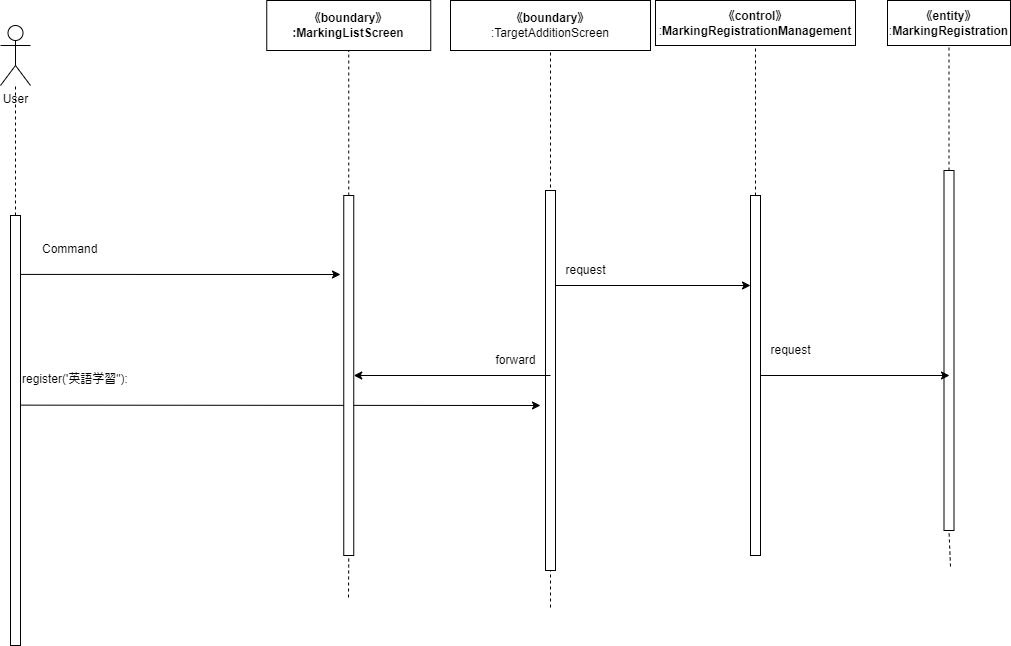
Above: Design/Sequence-7.drawio.png in Hu-Hanxu/First-App-Self-Management- (draw.io), before the change. Source tidied: cells renumbered, new cells last; positions are measured from the earlier drawing's top-left corner, leaving out a move shared by most shapes.
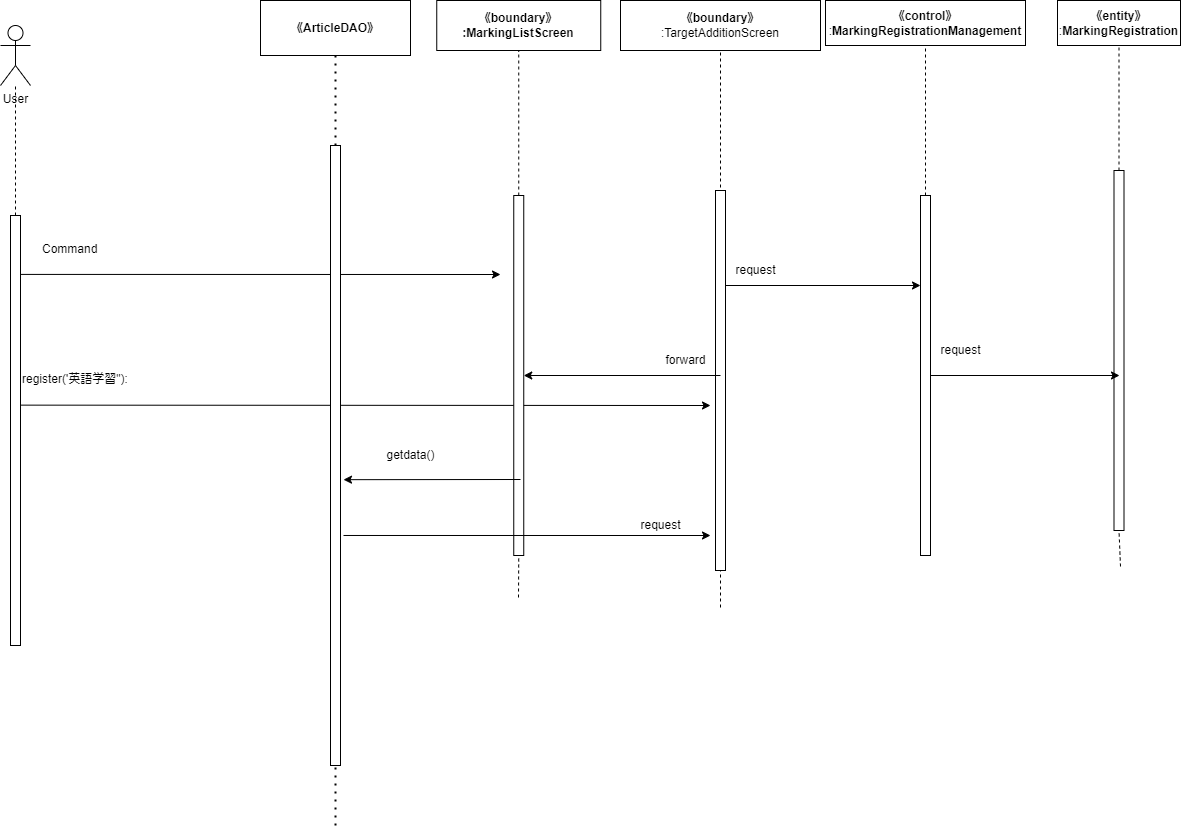
Above is the later version.

Diff of the diagram source:
```diff
@@ -3,11 +3,11 @@
     <mxCell id="0" />
     <mxCell id="1" parent="0" />
     <mxCell id="2" value="User" style="shape=umlActor;verticalLabelPosition=bottom;verticalAlign=top;html=1;outlineConnect=0;" parent="1" vertex="1">
-      <mxGeometry y="25" width="30" height="60" as="geometry" />
+      <mxGeometry x="-170" y="25" width="30" height="60" as="geometry" />
     </mxCell>
     <mxCell id="3" style="endArrow=none;dashed=1;html=1;exitX=0.5;exitY=0;exitDx=0;exitDy=0;" parent="1" edge="1" target="2">
       <mxGeometry relative="1" as="geometry">
-        <mxPoint x="15" y="215" as="sourcePoint" />
+        <mxPoint x="-155" y="215" as="sourcePoint" />
       </mxGeometry>
     </mxCell>
     <mxCell id="4" value="&lt;span style=&quot;font-weight: 700;&quot;&gt;《boundary》&lt;/span&gt;&lt;br style=&quot;font-weight: 700;&quot;&gt;&lt;span style=&quot;font-weight: 700;&quot;&gt;:MarkingList&lt;/span&gt;&lt;b&gt;Screen&lt;/b&gt;" style="rounded=0;whiteSpace=wrap;html=1;" parent="1" vertex="1">
@@ -25,7 +25,7 @@
       </mxGeometry>
     </mxCell>
     <mxCell id="8" style="rounded=0;whiteSpace=wrap;html=1;" parent="1" vertex="1">
-      <mxGeometry x="10" y="215" width="10" height="430" as="geometry" />
+      <mxGeometry x="-160" y="215" width="10" height="430" as="geometry" />
     </mxCell>
     <mxCell id="9" style="endArrow=none;dashed=1;html=1;entryX=0.5;entryY=1;entryDx=0;entryDy=0;startArrow=none;" parent="1" edge="1" source="11" target="4">
       <mxGeometry relative="1" as="geometry" />
@@ -67,14 +67,14 @@
       <mxGeometry x="943.5" y="170" width="10" height="360" as="geometry" />
     </mxCell>
     <mxCell id="20" value="register('英語学習&quot;):" style="text;whiteSpace=wrap;html=1;" parent="1" vertex="1">
-      <mxGeometry x="20" y="365" width="280" height="40" as="geometry" />
+      <mxGeometry x="-150" y="365" width="280" height="40" as="geometry" />
     </mxCell>
     <mxCell id="21" value="Command" style="text;whiteSpace=wrap;html=1;" parent="1" vertex="1">
-      <mxGeometry x="40" y="235" width="90" height="40" as="geometry" />
+      <mxGeometry x="-130" y="235" width="90" height="40" as="geometry" />
     </mxCell>
     <mxCell id="22" style="endArrow=classic;html=1;exitX=1.055;exitY=0.137;exitDx=0;exitDy=0;exitPerimeter=0;" parent="1" edge="1" source="8">
       <mxGeometry relative="1" as="geometry">
-        <mxPoint x="340" y="274" as="targetPoint" />
+        <mxPoint x="330" y="274" as="targetPoint" />
       </mxGeometry>
     </mxCell>
     <mxCell id="23" style="endArrow=classic;html=1;exitX=1;exitY=0.25;exitDx=0;exitDy=0;entryX=0;entryY=0.25;entryDx=0;entryDy=0;" parent="1" edge="1" source="13" target="15">
@@ -99,5 +99,35 @@
     <mxCell id="28" value="request" style="text;html=1;align=center;verticalAlign=middle;strokeColor=none;fillColor=none;" parent="1" vertex="1">
       <mxGeometry x="760" y="335" width="60" height="30" as="geometry" />
     </mxCell>
+    <mxCell id="29" value="&lt;span style=&quot;font-weight: 700;&quot;&gt;《&lt;/span&gt;&lt;span style=&quot;font-weight: 700;&quot;&gt;ArticleDAO&lt;/span&gt;&lt;span style=&quot;font-weight: 700;&quot;&gt;》&lt;/span&gt;" style="rounded=0;whiteSpace=wrap;html=1;" parent="1" vertex="1">
+      <mxGeometry x="90" width="150" height="55" as="geometry" />
+    </mxCell>
+    <mxCell id="30" style="endArrow=none;dashed=1;html=1;dashPattern=1 3;strokeWidth=2;entryX=0.5;entryY=1;entryDx=0;entryDy=0;startArrow=none;" parent="1" edge="1" source="32" target="29">
+      <mxGeometry relative="1" as="geometry" />
+    </mxCell>
+    <mxCell id="31" style="endArrow=none;dashed=1;html=1;dashPattern=1 3;strokeWidth=2;entryX=0.5;entryY=1;entryDx=0;entryDy=0;" parent="1" edge="1" target="32">
+      <mxGeometry relative="1" as="geometry">
+        <mxPoint x="165" y="825" as="sourcePoint" />
+      </mxGeometry>
+    </mxCell>
+    <mxCell id="32" style="rounded=0;whiteSpace=wrap;html=1;" parent="1" vertex="1">
+      <mxGeometry x="160" y="145" width="10" height="620" as="geometry" />
+    </mxCell>
+    <mxCell id="33" value="getdata()" style="text;html=1;align=center;verticalAlign=middle;strokeColor=none;fillColor=none;" parent="1" vertex="1">
+      <mxGeometry x="205" y="440" width="70" height="30" as="geometry" />
+    </mxCell>
+    <mxCell id="34" style="endArrow=classic;html=1;entryX=1.3;entryY=0.539;entryDx=0;entryDy=0;entryPerimeter=0;" parent="1" edge="1" target="32">
+      <mxGeometry relative="1" as="geometry">
+        <mxPoint x="350" y="479" as="sourcePoint" />
+      </mxGeometry>
+    </mxCell>
+    <mxCell id="35" style="endArrow=classic;html=1;exitX=1.3;exitY=0.629;exitDx=0;exitDy=0;exitPerimeter=0;" parent="1" edge="1" source="32">
+      <mxGeometry relative="1" as="geometry">
+        <mxPoint x="540" y="535" as="targetPoint" />
+      </mxGeometry>
+    </mxCell>
+    <mxCell id="36" value="request" style="text;html=1;align=center;verticalAlign=middle;strokeColor=none;fillColor=none;" parent="1" vertex="1">
+      <mxGeometry x="460" y="510" width="60" height="30" as="geometry" />
+    </mxCell>
   </root>
 </mxGraphModel>
```
